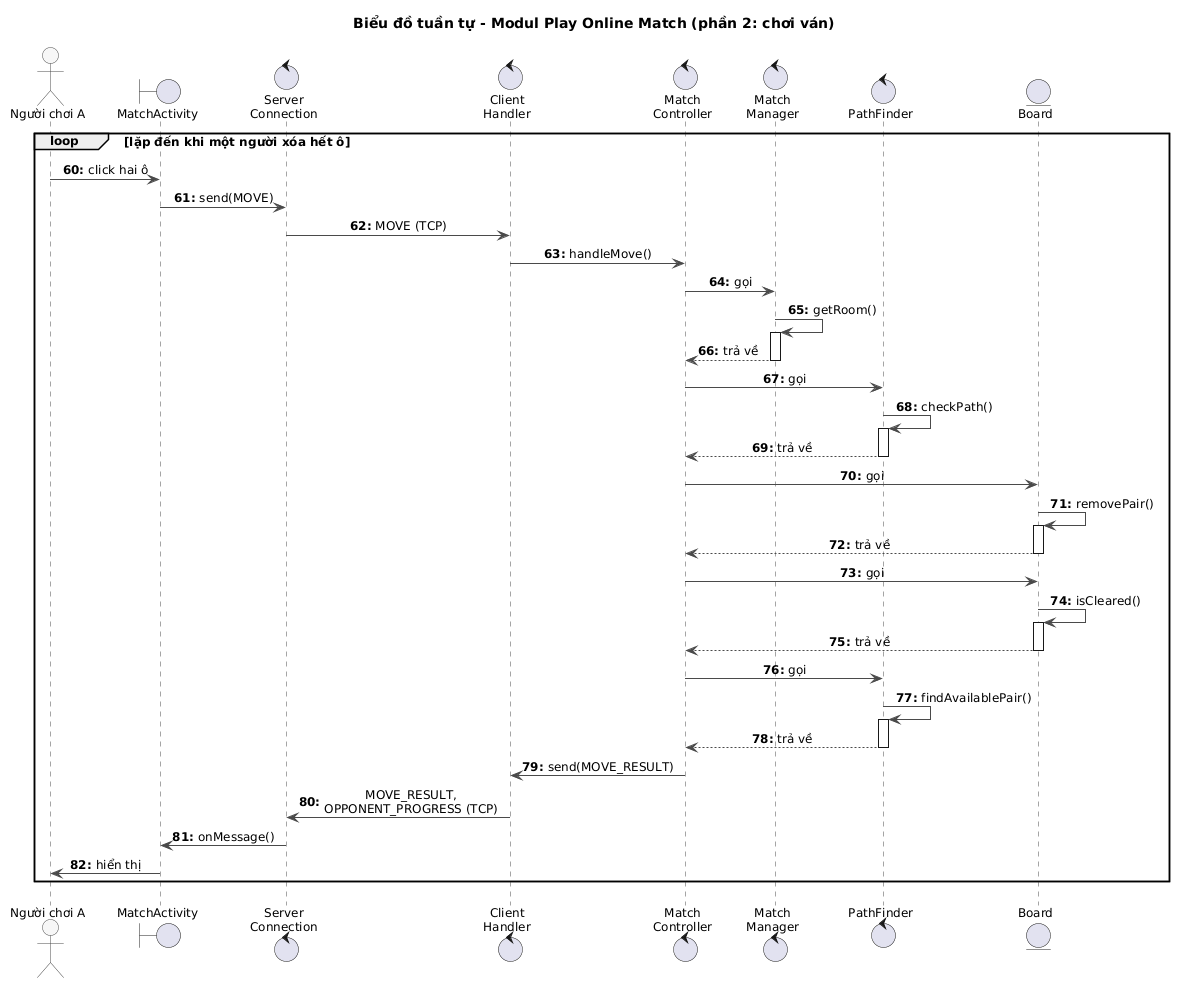
Earlier version of the PlantUML export docs/uml/pha3/seq-m4-2.png (VattenL/mobile-pikachu).
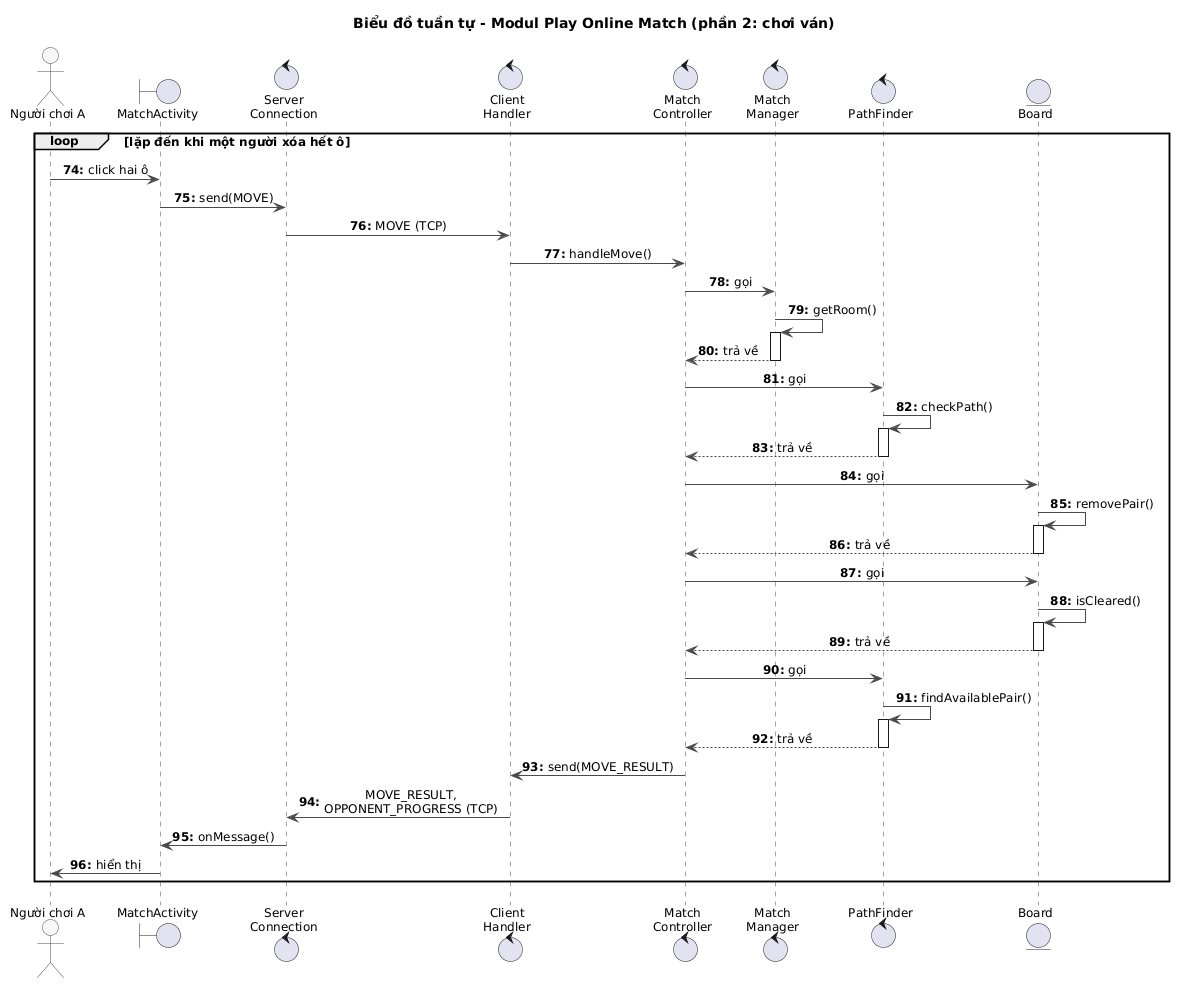
Above is the later version.

What changed in the source:
```diff
@@ -14,7 +14,7 @@
   ActorBackgroundColor #F7F7F7
 }
 autonumber "<b>0:"
-autonumber 60 "<b>0:"
+autonumber 74 "<b>0:"
 
 actor "Người chơi A" as A
 boundary MatchActivity
```
